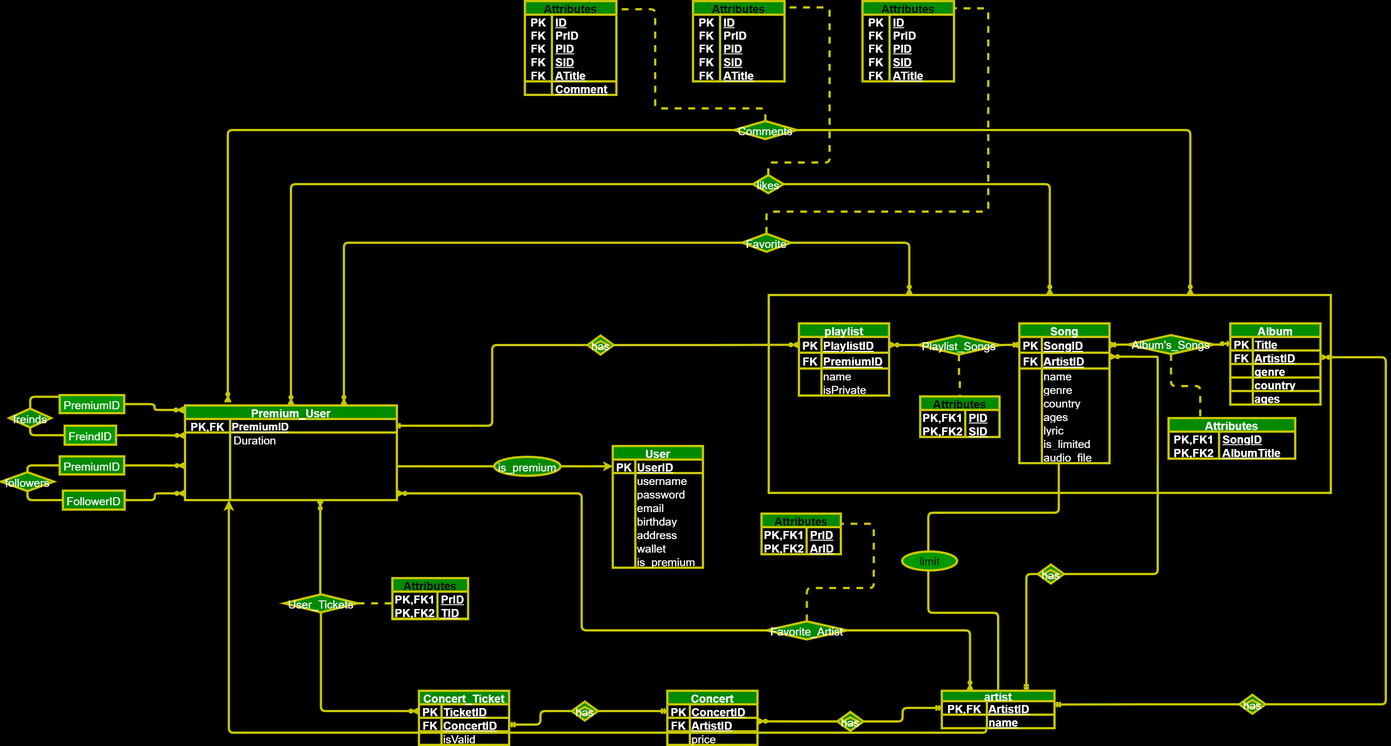
Earlier version of the draw.io export ER/ER-diagram-spotify.png (danialmd81/spotify). Source tidied: cells renumbered, new cells last; positions are measured from the earlier drawing's top-left corner, leaving out a move shared by most shapes.
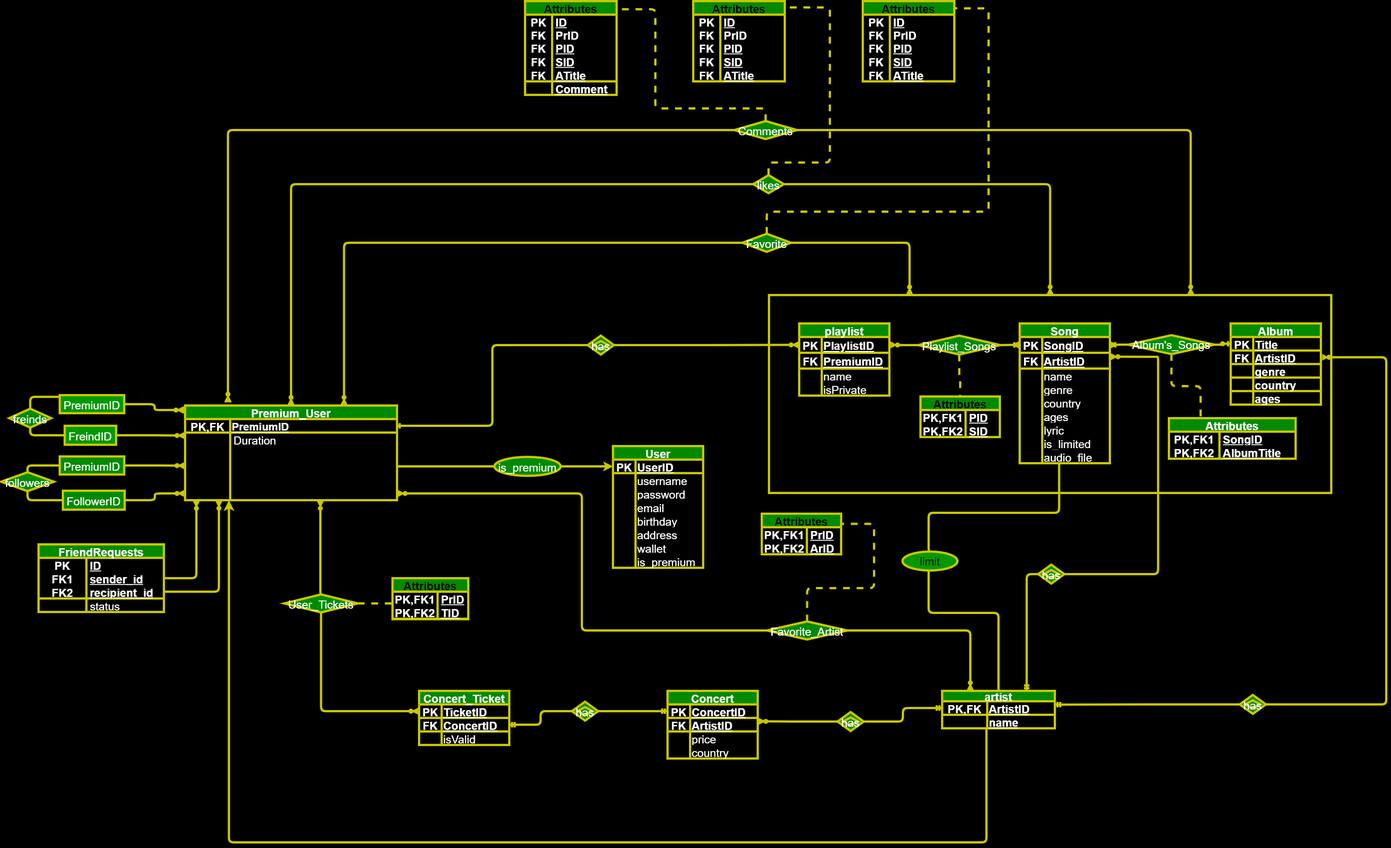
After the commit.

Diff of the diagram source:
```diff
@@ -134,7 +134,7 @@
       <mxGeometry x="100" width="150" height="30" as="geometry" />
     </mxCell>
     <mxCell id="43" value="Concert" style="shape=table;startSize=30;rowLines=0;fontStyle=1;align=center;strokeColor=#C7C700;fontColor=#ffffff;fillColor=#008a00;labelBackgroundColor=none;rounded=0;perimeterSpacing=0;strokeWidth=5;swimlaneLine=1;fixDash=0;comic=0;enumerate=0;backgroundOutline=0;fontSize=25;labelBorderColor=none;swimlaneFillColor=#000000;spacingTop=0;spacingLeft=2;spacingRight=2;" parent="1" vertex="1">
-      <mxGeometry x="1478" y="1530" width="200" height="120" as="geometry" />
+      <mxGeometry x="1478" y="1530" width="200" height="150" as="geometry" />
     </mxCell>
     <mxCell id="44" style="shape=tableRow;horizontal=0;startSize=0;swimlaneHead=0;swimlaneBody=0;fillColor=none;points=[[0,0.5],[1,0.5]];portConstraint=eastwest;top=0;left=0;right=0;bottom=1;strokeColor=#C7C700;fontColor=#FFFFFF;labelBackgroundColor=none;rounded=0;strokeWidth=5;swimlaneLine=1;fixDash=0;snapToPoint=0;comic=0;enumerate=0;backgroundOutline=0;fontSize=25;labelBorderColor=none;perimeterSpacing=0;swimlaneFillColor=#000000;spacingTop=0;spacingLeft=2;spacingRight=2;" parent="43" vertex="1">
       <mxGeometry y="30" width="200" height="30" as="geometry" />
@@ -163,6 +163,15 @@
     <mxCell id="52" value="price" style="shape=partialRectangle;fillColor=none;top=0;left=0;bottom=0;right=0;align=left;spacingLeft=2;overflow=hidden;strokeColor=#C7C700;fontColor=#FFFFFF;labelBackgroundColor=none;rounded=0;strokeWidth=5;swimlaneLine=1;fixDash=0;comic=0;enumerate=0;backgroundOutline=0;fontSize=25;labelBorderColor=none;perimeterSpacing=0;swimlaneFillColor=#000000;spacingTop=0;spacingRight=2;" parent="50" vertex="1">
       <mxGeometry x="50" width="150" height="30" as="geometry" />
     </mxCell>
+    <mxCell id="274" style="shape=tableRow;horizontal=0;startSize=0;swimlaneHead=0;swimlaneBody=0;fillColor=none;top=0;left=0;right=0;bottom=0;strokeColor=#C7C700;fontColor=#FFFFFF;labelBackgroundColor=none;rounded=0;strokeWidth=5;swimlaneLine=1;fixDash=0;comic=0;enumerate=0;backgroundOutline=0;fontSize=25;labelBorderColor=none;perimeterSpacing=0;swimlaneFillColor=#000000;spacingTop=0;spacingLeft=2;spacingRight=2;" parent="43" vertex="1">
+      <mxGeometry y="120" width="200" height="30" as="geometry" />
+    </mxCell>
+    <mxCell id="275" style="shape=partialRectangle;fillColor=none;top=0;left=0;bottom=0;right=0;overflow=hidden;strokeColor=#C7C700;fontColor=#FFFFFF;labelBackgroundColor=none;rounded=0;strokeWidth=5;swimlaneLine=1;fixDash=0;comic=0;enumerate=0;backgroundOutline=0;fontSize=25;labelBorderColor=none;perimeterSpacing=0;swimlaneFillColor=#000000;spacingTop=0;spacingLeft=2;spacingRight=2;" parent="274" vertex="1">
+      <mxGeometry width="50" height="30" as="geometry" />
+    </mxCell>
+    <mxCell id="276" value="country" style="shape=partialRectangle;fillColor=none;top=0;left=0;bottom=0;right=0;align=left;spacingLeft=2;overflow=hidden;strokeColor=#C7C700;fontColor=#FFFFFF;labelBackgroundColor=none;rounded=0;strokeWidth=5;swimlaneLine=1;fixDash=0;comic=0;enumerate=0;backgroundOutline=0;fontSize=25;labelBorderColor=none;perimeterSpacing=0;swimlaneFillColor=#000000;spacingTop=0;spacingRight=2;" parent="274" vertex="1">
+      <mxGeometry x="50" width="150" height="30" as="geometry" />
+    </mxCell>
     <mxCell id="53" value="Song" style="shape=table;startSize=30;rowLines=0;fontStyle=1;align=center;strokeColor=#C7C700;fontColor=#ffffff;fillColor=#008a00;labelBackgroundColor=none;rounded=0;strokeWidth=5;swimlaneLine=1;fixDash=0;comic=0;enumerate=0;backgroundOutline=0;fontSize=25;labelBorderColor=none;perimeterSpacing=0;swimlaneFillColor=#000000;spacingTop=0;spacingLeft=2;spacingRight=2;" parent="1" vertex="1">
       <mxGeometry x="2259" y="715" width="200" height="310" as="geometry" />
     </mxCell>
@@ -431,7 +440,12 @@
       <mxGeometry x="1626" y="266" width="139" height="40" as="geometry" />
     </mxCell>
     <mxCell id="131" style="endArrow=classic;endSize=8;startSize=8;sourcePerimeterSpacing=0;targetPerimeterSpacing=0;fontColor=#FFFFFF;exitX=0.393;exitY=1.019;exitDx=0;exitDy=0;fillColor=#008a00;strokeColor=#C7C700;exitPerimeter=0;edgeStyle=orthogonalEdgeStyle;strokeWidth=5;swimlaneLine=1;fixDash=0;snapToPoint=0;comic=0;enumerate=0;backgroundOutline=0;fontSize=25;labelBackgroundColor=none;labelBorderColor=none;rounded=1;spacingTop=0;spacingLeft=2;spacingRight=2;entryX=0.207;entryY=1.003;entryDx=0;entryDy=0;entryPerimeter=0;" parent="1" edge="1" source="40" target="171">
-      <mxGeometry relative="1" as="geometry" />
+      <mxGeometry relative="1" as="geometry">
+        <Array as="points">
+          <mxPoint x="2185" y="1866" />
+          <mxPoint x="505" y="1866" />
+        </Array>
+      </mxGeometry>
     </mxCell>
     <mxCell id="132" style="edgeStyle=orthogonalEdgeStyle;shape=connector;exitX=1;exitY=0.5;exitDx=0;exitDy=0;entryX=0;entryY=0.5;entryDx=0;entryDy=0;labelBackgroundColor=none;strokeColor=#C7C700;fontFamily=Helvetica;fontSize=25;fontColor=#FFFFFF;endArrow=ERzeroToMany;fillColor=#A8DADC;endFill=0;strokeWidth=5;swimlaneLine=1;fixDash=0;snapToPoint=0;comic=0;enumerate=0;backgroundOutline=0;labelBorderColor=none;rounded=1;spacingTop=0;spacingLeft=2;spacingRight=2;startArrow=none;" parent="1" edge="1" source="190" target="99">
       <mxGeometry relative="1" as="geometry" />
@@ -875,5 +889,50 @@
     <mxCell id="273" value="AlbumTitle" style="shape=partialRectangle;fillColor=none;top=0;left=0;bottom=0;right=0;align=left;spacingLeft=6;fontStyle=5;overflow=hidden;rounded=0;labelBackgroundColor=none;labelBorderColor=none;comic=0;strokeColor=#C7C700;strokeWidth=5;fontFamily=Helvetica;fontSize=25;fontColor=#FFFFFF;" parent="271" vertex="1">
       <mxGeometry x="112.1" width="168.9" height="30" as="geometry" />
     </mxCell>
+    <mxCell id="277" value="FriendRequests" style="shape=table;startSize=30;rowLines=0;fontStyle=1;align=center;rounded=0;labelBackgroundColor=none;labelBorderColor=none;comic=0;strokeColor=#C7C700;strokeWidth=5;fontFamily=Helvetica;fontSize=25;fontColor=#ffffff;fillColor=#008a00;" parent="1" vertex="1">
+      <mxGeometry x="83" y="1205" width="278" height="150" as="geometry" />
+    </mxCell>
+    <mxCell id="278" style="shape=tableRow;horizontal=0;startSize=0;swimlaneHead=0;swimlaneBody=0;fillColor=none;top=0;left=0;right=0;bottom=0;rounded=0;labelBackgroundColor=none;labelBorderColor=none;comic=0;strokeColor=#C7C700;strokeWidth=5;fontFamily=Helvetica;fontSize=25;fontColor=#ffffff;" parent="277" vertex="1">
+      <mxGeometry y="30" width="278" height="30" as="geometry" />
+    </mxCell>
+    <mxCell id="279" value="PK" style="shape=partialRectangle;fillColor=none;top=0;left=0;bottom=0;right=0;fontStyle=1;overflow=hidden;rounded=0;labelBackgroundColor=none;labelBorderColor=none;comic=0;strokeColor=#C7C700;strokeWidth=5;fontFamily=Helvetica;fontSize=25;fontColor=#ffffff;startSize=30;" parent="278" vertex="1">
+      <mxGeometry width="106.1" height="30" as="geometry" />
+    </mxCell>
+    <mxCell id="280" value="ID" style="shape=partialRectangle;fillColor=none;top=0;left=0;bottom=0;right=0;align=left;spacingLeft=6;fontStyle=5;overflow=hidden;rounded=0;labelBackgroundColor=none;labelBorderColor=none;comic=0;strokeColor=#C7C700;strokeWidth=5;fontFamily=Helvetica;fontSize=25;fontColor=#ffffff;startSize=30;" parent="278" vertex="1">
+      <mxGeometry x="106.1" width="171.9" height="30" as="geometry" />
+    </mxCell>
+    <mxCell id="281" style="shape=tableRow;horizontal=0;startSize=0;swimlaneHead=0;swimlaneBody=0;fillColor=none;top=0;left=0;right=0;bottom=0;rounded=0;labelBackgroundColor=none;labelBorderColor=none;comic=0;strokeColor=#C7C700;strokeWidth=5;fontFamily=Helvetica;fontSize=25;fontColor=#ffffff;" parent="277" vertex="1">
+      <mxGeometry y="60" width="278" height="30" as="geometry" />
+    </mxCell>
+    <mxCell id="282" value="FK1" style="shape=partialRectangle;fillColor=none;top=0;left=0;bottom=0;right=0;fontStyle=1;overflow=hidden;rounded=0;labelBackgroundColor=none;labelBorderColor=none;comic=0;strokeColor=#C7C700;strokeWidth=5;fontFamily=Helvetica;fontSize=25;fontColor=#ffffff;startSize=30;" parent="281" vertex="1">
+      <mxGeometry width="106.1" height="30" as="geometry" />
+    </mxCell>
+    <mxCell id="283" value="sender_id" style="shape=partialRectangle;fillColor=none;top=0;left=0;bottom=0;right=0;align=left;spacingLeft=6;fontStyle=5;overflow=hidden;rounded=0;labelBackgroundColor=none;labelBorderColor=none;comic=0;strokeColor=#C7C700;strokeWidth=5;fontFamily=Helvetica;fontSize=25;fontColor=#ffffff;startSize=30;" parent="281" vertex="1">
+      <mxGeometry x="106.1" width="171.9" height="30" as="geometry" />
+    </mxCell>
+    <mxCell id="284" style="shape=tableRow;horizontal=0;startSize=0;swimlaneHead=0;swimlaneBody=0;fillColor=none;points=[[0,0.5],[1,0.5]];portConstraint=eastwest;top=0;left=0;right=0;bottom=1;rounded=0;labelBackgroundColor=none;labelBorderColor=none;comic=0;strokeColor=#C7C700;strokeWidth=5;fontFamily=Helvetica;fontSize=25;fontColor=#ffffff;" parent="277" vertex="1">
+      <mxGeometry y="90" width="278" height="30" as="geometry" />
+    </mxCell>
+    <mxCell id="285" value="FK2" style="shape=partialRectangle;fillColor=none;top=0;left=0;bottom=0;right=0;fontStyle=1;overflow=hidden;rounded=0;labelBackgroundColor=none;labelBorderColor=none;comic=0;strokeColor=#C7C700;strokeWidth=5;fontFamily=Helvetica;fontSize=25;fontColor=#ffffff;startSize=30;" parent="284" vertex="1">
+      <mxGeometry width="106.1" height="30" as="geometry" />
+    </mxCell>
+    <mxCell id="286" value="recipient_id" style="shape=partialRectangle;fillColor=none;top=0;left=0;bottom=0;right=0;align=left;spacingLeft=6;fontStyle=5;overflow=hidden;rounded=0;labelBackgroundColor=none;labelBorderColor=none;comic=0;strokeColor=#C7C700;strokeWidth=5;fontFamily=Helvetica;fontSize=25;fontColor=#ffffff;startSize=30;" parent="284" vertex="1">
+      <mxGeometry x="106.1" width="171.9" height="30" as="geometry" />
+    </mxCell>
+    <mxCell id="287" style="shape=tableRow;horizontal=0;startSize=0;swimlaneHead=0;swimlaneBody=0;fillColor=none;top=0;left=0;right=0;bottom=0;rounded=0;labelBackgroundColor=none;labelBorderColor=none;comic=0;strokeColor=#C7C700;strokeWidth=5;fontFamily=Helvetica;fontSize=25;fontColor=#ffffff;" parent="277" vertex="1">
+      <mxGeometry y="120" width="278" height="30" as="geometry" />
+    </mxCell>
+    <mxCell id="288" style="shape=partialRectangle;fillColor=none;top=0;left=0;bottom=0;right=0;overflow=hidden;rounded=0;labelBackgroundColor=none;labelBorderColor=none;comic=0;strokeColor=#C7C700;strokeWidth=5;fontFamily=Helvetica;fontSize=25;fontColor=#ffffff;startSize=30;" parent="287" vertex="1">
+      <mxGeometry width="106.1" height="30" as="geometry" />
+    </mxCell>
+    <mxCell id="289" value="status" style="shape=partialRectangle;fillColor=none;top=0;left=0;bottom=0;right=0;align=left;spacingLeft=6;overflow=hidden;rounded=0;labelBackgroundColor=none;labelBorderColor=none;comic=0;strokeColor=#C7C700;strokeWidth=5;fontFamily=Helvetica;fontSize=25;fontColor=#ffffff;startSize=30;" parent="287" vertex="1">
+      <mxGeometry x="106.1" width="171.9" height="30" as="geometry" />
+    </mxCell>
+    <mxCell id="290" style="endArrow=ERzeroToMany;labelBackgroundColor=none;strokeColor=#C7C700;fontColor=#FFFFFF;endFill=0;strokeWidth=5;swimlaneLine=1;fixDash=0;snapToPoint=0;comic=0;enumerate=0;backgroundOutline=0;fontSize=25;labelBorderColor=none;startArrow=none;rounded=1;spacingTop=0;spacingLeft=2;spacingRight=2;edgeStyle=orthogonalEdgeStyle;exitX=1;exitY=0.5;exitDx=0;exitDy=0;entryX=0.25;entryY=1;entryDx=0;entryDy=0;" parent="1" edge="1" source="277" target="172">
+      <mxGeometry relative="1" as="geometry" />
+    </mxCell>
+    <mxCell id="291" style="endArrow=ERzeroToMany;labelBackgroundColor=none;strokeColor=#C7C700;fontColor=#FFFFFF;endFill=0;strokeWidth=5;swimlaneLine=1;fixDash=0;snapToPoint=0;comic=0;enumerate=0;backgroundOutline=0;fontSize=25;labelBorderColor=none;startArrow=none;rounded=1;spacingTop=0;spacingLeft=2;spacingRight=2;edgeStyle=orthogonalEdgeStyle;exitX=1;exitY=0.5;exitDx=0;exitDy=0;entryX=0.75;entryY=1;entryDx=0;entryDy=0;" parent="1" edge="1" source="284" target="172">
+      <mxGeometry relative="1" as="geometry" />
+    </mxCell>
   </root>
 </mxGraphModel>
```
